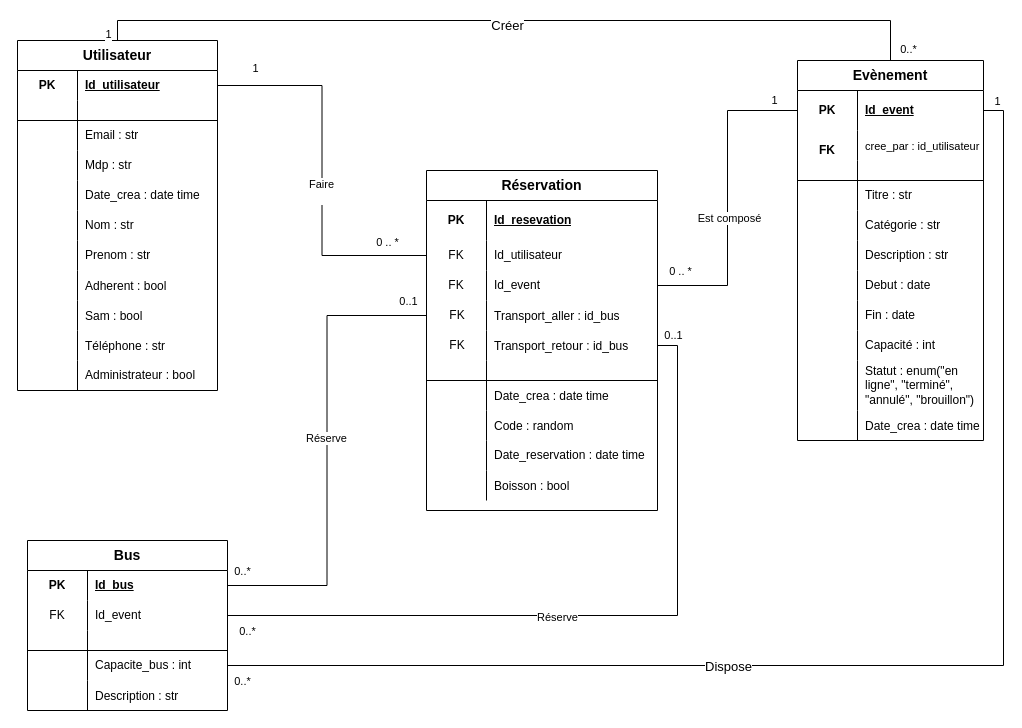
Before: doc/Diagramme Bdd.drawio in khalidjerrari/ENSAI-Projet-info-2A, a draw.io diagram. Source tidied: cells renumbered, new cells numbered last; positions are measured from the earlier drawing's top-left corner, leaving out a move shared by most shapes. Both pictures are drawn from the tidied source at 100%, with x=0, y=0 at pixel (17, 40).
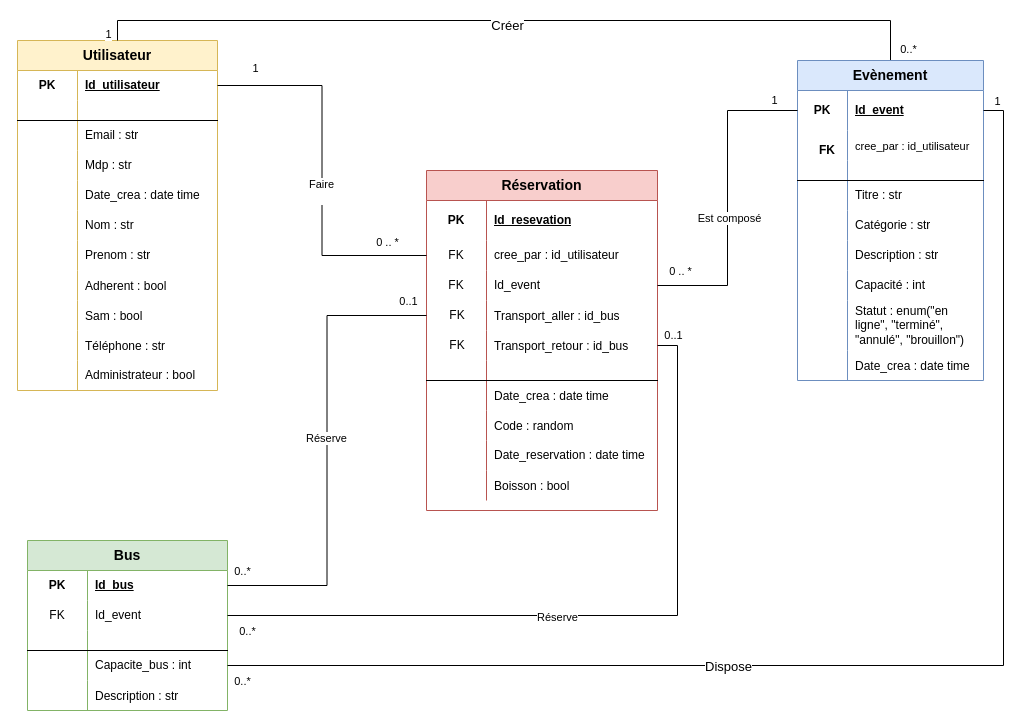
The same page after the edit.

Commit message:
Mettre à jour Diagramme Bdd.drawio

The change refers to these unchanged cells:
```xml
<mxCell id="41" style="shape=tableRow;horizontal=0;startSize=0;swimlaneHead=0;swimlaneBody=0;fillColor=none;points=[[0,0.5],[1,0.5]];portConstraint=eastwest;top=0;left=0;right=0;bottom=0;html=1;" parent="40" vertex="1">
  <mxGeometry y="30" width="186" height="40" as="geometry" />
</mxCell>
<mxCell id="44" style="shape=tableRow;horizontal=0;startSize=0;swimlaneHead=0;swimlaneBody=0;fillColor=none;top=0;left=0;right=0;bottom=0;" parent="40" vertex="1">
  <mxGeometry y="70" width="186" height="30" as="geometry" />
</mxCell>
<mxCell id="47" style="shape=tableRow;horizontal=0;startSize=0;swimlaneHead=0;swimlaneBody=0;fillColor=none;top=0;left=0;right=0;bottom=1;" parent="40" vertex="1">
  <mxGeometry y="100" width="186" height="20" as="geometry" />
</mxCell>
<mxCell id="50" style="shape=tableRow;horizontal=0;startSize=0;swimlaneHead=0;swimlaneBody=0;fillColor=none;top=0;left=0;right=0;bottom=0;html=1;" parent="40" vertex="1">
  <mxGeometry y="120" width="186" height="30" as="geometry" />
</mxCell>
<mxCell id="53" style="shape=tableRow;horizontal=0;startSize=0;swimlaneHead=0;swimlaneBody=0;fillColor=none;top=0;left=0;right=0;bottom=0;html=1;" parent="40" vertex="1">
  <mxGeometry y="150" width="186" height="30" as="geometry" />
</mxCell>
<mxCell id="56" style="shape=tableRow;horizontal=0;startSize=0;swimlaneHead=0;swimlaneBody=0;fillColor=none;top=0;left=0;right=0;bottom=0;html=1;" parent="40" vertex="1">
  <mxGeometry y="180" width="186" height="30" as="geometry" />
</mxCell>
<mxCell id="78" style="shape=tableRow;horizontal=0;startSize=0;swimlaneHead=0;swimlaneBody=0;fillColor=none;points=[[0,0.5],[1,0.5]];portConstraint=eastwest;top=0;left=0;right=0;bottom=0;" parent="74" vertex="1">
  <mxGeometry y="70" width="231" height="30" as="geometry" />
</mxCell>
```

Change to the diagram source:
```diff
@@
-    <mxCell id="2" value="&lt;font style=&quot;font-size: 14px;&quot;&gt;Utilisateur&lt;/font&gt;" style="shape=table;startSize=30;childLayout=tableLayout;rowLines=0;fontStyle=1;align=center;html=1;whiteSpace=wrap;" parent="1" vertex="1">
+    <mxCell id="2" value="&lt;font style=&quot;font-size: 14px;&quot;&gt;Utilisateur&lt;/font&gt;" style="shape=table;startSize=30;childLayout=tableLayout;rowLines=0;fontStyle=1;align=center;html=1;whiteSpace=wrap;fillColor=#fff2cc;strokeColor=#d6b656;" parent="1" vertex="1">
       <mxGeometry width="200" height="350" as="geometry" />
     </mxCell>
@@
-    <mxCell id="40" value="Evènement" style="shape=table;startSize=30;childLayout=tableLayout;rowLines=0;fontStyle=1;align=center;html=1;whiteSpace=wrap;fontSize=14;" parent="1" vertex="1">
-      <mxGeometry x="780" y="20" width="186" height="380" as="geometry" />
+    <mxCell id="40" value="Evènement" style="shape=table;startSize=30;childLayout=tableLayout;rowLines=0;fontStyle=1;align=center;html=1;whiteSpace=wrap;fontSize=14;fillColor=#dae8fc;strokeColor=#6c8ebf;" parent="1" vertex="1">
+      <mxGeometry x="780" y="20" width="186" height="320" as="geometry" />
     </mxCell>
@@
     <mxCell id="42" value="PK" style="shape=partialRectangle;fillColor=none;top=0;left=0;bottom=0;right=0;fontStyle=1;overflow=hidden;html=1;whiteSpace=wrap;" parent="41" vertex="1">
-      <mxGeometry width="60" height="40" as="geometry" />
+      <mxGeometry width="50" height="40" as="geometry" />
     </mxCell>
     <mxCell id="43" value="Id_event" style="shape=partialRectangle;fillColor=none;top=0;left=0;bottom=0;right=0;align=left;spacingLeft=6;fontStyle=5;overflow=hidden;html=1;whiteSpace=wrap;" parent="41" vertex="1">
-      <mxGeometry x="60" width="126" height="40" as="geometry" />
+      <mxGeometry x="50" width="136" height="40" as="geometry" />
     </mxCell>
@@
     <mxCell id="45" style="shape=partialRectangle;fillColor=none;top=0;left=0;bottom=0;right=0;overflow=hidden;" parent="44" vertex="1">
-      <mxGeometry width="60" height="30" as="geometry" />
+      <mxGeometry width="50" height="30" as="geometry" />
     </mxCell>
     <mxCell id="46" value="cree_par : id_utilisateur" style="shape=partialRectangle;fillColor=none;top=0;left=0;bottom=0;right=0;align=left;spacingLeft=6;overflow=hidden;fontSize=11;" parent="44" vertex="1">
-      <mxGeometry x="60" width="126" height="30" as="geometry" />
+      <mxGeometry x="50" width="136" height="30" as="geometry" />
     </mxCell>
@@
     <mxCell id="48" style="shape=partialRectangle;fillColor=none;top=0;left=0;bottom=0;right=0;fontStyle=1;overflow=hidden;whiteSpace=wrap;html=1;" parent="47" vertex="1">
-      <mxGeometry width="60" height="20" as="geometry" />
+      <mxGeometry width="50" height="20" as="geometry" />
     </mxCell>
     <mxCell id="49" style="shape=partialRectangle;fillColor=none;top=0;left=0;bottom=0;right=0;align=left;spacingLeft=6;fontStyle=5;overflow=hidden;whiteSpace=wrap;html=1;" parent="47" vertex="1">
-      <mxGeometry x="60" width="126" height="20" as="geometry" />
+      <mxGeometry x="50" width="136" height="20" as="geometry" />
     </mxCell>
@@
     <mxCell id="51" style="shape=partialRectangle;fillColor=none;top=0;left=0;bottom=0;right=0;overflow=hidden;html=1;whiteSpace=wrap;" parent="50" vertex="1">
-      <mxGeometry width="60" height="30" as="geometry" />
+      <mxGeometry width="50" height="30" as="geometry" />
     </mxCell>
     <mxCell id="52" value="Titre : str" style="shape=partialRectangle;fillColor=none;top=0;left=0;bottom=0;right=0;align=left;spacingLeft=6;overflow=hidden;html=1;whiteSpace=wrap;" parent="50" vertex="1">
-      <mxGeometry x="60" width="126" height="30" as="geometry" />
+      <mxGeometry x="50" width="136" height="30" as="geometry" />
     </mxCell>
@@
     <mxCell id="54" style="shape=partialRectangle;fillColor=none;top=0;left=0;bottom=0;right=0;overflow=hidden;html=1;whiteSpace=wrap;" parent="53" vertex="1">
-      <mxGeometry width="60" height="30" as="geometry" />
+      <mxGeometry width="50" height="30" as="geometry" />
     </mxCell>
     <mxCell id="55" value="Catégorie : str" style="shape=partialRectangle;fillColor=none;top=0;left=0;bottom=0;right=0;align=left;spacingLeft=6;overflow=hidden;html=1;whiteSpace=wrap;" parent="53" vertex="1">
-      <mxGeometry x="60" width="126" height="30" as="geometry" />
+      <mxGeometry x="50" width="136" height="30" as="geometry" />
     </mxCell>
@@
     <mxCell id="57" style="shape=partialRectangle;fillColor=none;top=0;left=0;bottom=0;right=0;overflow=hidden;html=1;whiteSpace=wrap;" parent="56" vertex="1">
-      <mxGeometry width="60" height="30" as="geometry" />
+      <mxGeometry width="50" height="30" as="geometry" />
     </mxCell>
     <mxCell id="58" value="Description : str" style="shape=partialRectangle;fillColor=none;top=0;left=0;bottom=0;right=0;align=left;spacingLeft=6;overflow=hidden;html=1;whiteSpace=wrap;" parent="56" vertex="1">
-      <mxGeometry x="60" width="126" height="30" as="geometry" />
+      <mxGeometry x="50" width="136" height="30" as="geometry" />
     </mxCell>
-    <mxCell id="59" style="shape=tableRow;horizontal=0;startSize=0;swimlaneHead=0;swimlaneBody=0;fillColor=none;top=0;left=0;right=0;bottom=0;html=1;" parent="40" vertex="1">
-      <mxGeometry y="210" width="186" height="30" as="geometry" />
-    </mxCell>
-    <mxCell id="60" style="shape=partialRectangle;fillColor=none;top=0;left=0;bottom=0;right=0;overflow=hidden;html=1;whiteSpace=wrap;" parent="59" vertex="1">
-      <mxGeometry width="60" height="30" as="geometry" />
-    </mxCell>
-    <mxCell id="61" value="Debut : date" style="shape=partialRectangle;fillColor=none;top=0;left=0;bottom=0;right=0;align=left;spacingLeft=6;overflow=hidden;html=1;whiteSpace=wrap;" parent="59" vertex="1">
-      <mxGeometry x="60" width="126" height="30" as="geometry" />
-    </mxCell>
-    <mxCell id="62" style="shape=tableRow;horizontal=0;startSize=0;swimlaneHead=0;swimlaneBody=0;fillColor=none;top=0;left=0;right=0;bottom=0;html=1;" parent="40" vertex="1">
-      <mxGeometry y="240" width="186" height="30" as="geometry" />
-    </mxCell>
-    <mxCell id="63" style="shape=partialRectangle;fillColor=none;top=0;left=0;bottom=0;right=0;overflow=hidden;html=1;whiteSpace=wrap;" parent="62" vertex="1">
-      <mxGeometry width="60" height="30" as="geometry" />
-    </mxCell>
-    <mxCell id="64" value="Fin : date" style="shape=partialRectangle;fillColor=none;top=0;left=0;bottom=0;right=0;align=left;spacingLeft=6;overflow=hidden;html=1;whiteSpace=wrap;" parent="62" vertex="1">
-      <mxGeometry x="60" width="126" height="30" as="geometry" />
-    </mxCell>
     <mxCell id="65" style="shape=tableRow;horizontal=0;startSize=0;swimlaneHead=0;swimlaneBody=0;fillColor=none;top=0;left=0;right=0;bottom=0;html=1;" parent="40" vertex="1">
-      <mxGeometry y="270" width="186" height="30" as="geometry" />
+      <mxGeometry y="210" width="186" height="30" as="geometry" />
     </mxCell>
     <mxCell id="66" style="shape=partialRectangle;fillColor=none;top=0;left=0;bottom=0;right=0;overflow=hidden;html=1;whiteSpace=wrap;" parent="65" vertex="1">
-      <mxGeometry width="60" height="30" as="geometry" />
+      <mxGeometry width="50" height="30" as="geometry" />
     </mxCell>
     <mxCell id="67" value="Capacité : int" style="shape=partialRectangle;fillColor=none;top=0;left=0;bottom=0;right=0;align=left;spacingLeft=6;overflow=hidden;html=1;whiteSpace=wrap;" parent="65" vertex="1">
-      <mxGeometry x="60" width="126" height="30" as="geometry" />
+      <mxGeometry x="50" width="136" height="30" as="geometry" />
     </mxCell>
     <mxCell id="68" style="shape=tableRow;horizontal=0;startSize=0;swimlaneHead=0;swimlaneBody=0;fillColor=none;top=0;left=0;right=0;bottom=0;html=1;" parent="40" vertex="1">
-      <mxGeometry y="300" width="186" height="50" as="geometry" />
+      <mxGeometry y="240" width="186" height="50" as="geometry" />
     </mxCell>
     <mxCell id="69" style="shape=partialRectangle;fillColor=none;top=0;left=0;bottom=0;right=0;overflow=hidden;html=1;whiteSpace=wrap;" parent="68" vertex="1">
-      <mxGeometry width="60" height="50" as="geometry" />
+      <mxGeometry width="50" height="50" as="geometry" />
     </mxCell>
     <mxCell id="70" value="Statut : enum(&quot;en ligne&quot;, &quot;terminé&quot;, &quot;annulé&quot;, &quot;brouillon&quot;)&amp;nbsp;&amp;nbsp;" style="shape=partialRectangle;fillColor=none;top=0;left=0;bottom=0;right=0;align=left;spacingLeft=6;overflow=hidden;html=1;whiteSpace=wrap;" parent="68" vertex="1">
-      <mxGeometry x="60" width="126" height="50" as="geometry" />
+      <mxGeometry x="50" width="136" height="50" as="geometry" />
     </mxCell>
     <mxCell id="71" style="shape=tableRow;horizontal=0;startSize=0;swimlaneHead=0;swimlaneBody=0;fillColor=none;top=0;left=0;right=0;bottom=0;" parent="40" vertex="1">
-      <mxGeometry y="350" width="186" height="30" as="geometry" />
+      <mxGeometry y="290" width="186" height="30" as="geometry" />
     </mxCell>
     <mxCell id="72" style="shape=partialRectangle;fillColor=none;top=0;left=0;bottom=0;right=0;overflow=hidden;" parent="71" vertex="1">
-      <mxGeometry width="60" height="30" as="geometry" />
+      <mxGeometry width="50" height="30" as="geometry" />
     </mxCell>
     <mxCell id="73" value="Date_crea : date time" style="shape=partialRectangle;fillColor=none;top=0;left=0;bottom=0;right=0;align=left;spacingLeft=6;overflow=hidden;" parent="71" vertex="1">
-      <mxGeometry x="60" width="126" height="30" as="geometry" />
+      <mxGeometry x="50" width="136" height="30" as="geometry" />
     </mxCell>
-    <mxCell id="74" value="Réservation" style="shape=table;startSize=30;childLayout=tableLayout;rowLines=0;fontStyle=1;align=center;html=1;whiteSpace=wrap;fontSize=14;" parent="1" vertex="1">
+    <mxCell id="74" value="Réservation" style="shape=table;startSize=30;childLayout=tableLayout;rowLines=0;fontStyle=1;align=center;html=1;whiteSpace=wrap;fontSize=14;fillColor=#f8cecc;strokeColor=#b85450;" parent="1" vertex="1">
       <mxGeometry x="409" y="130" width="231" height="340" as="geometry" />
     </mxCell>
@@
-    <mxCell id="80" value="Id_utilisateur" style="shape=partialRectangle;fillColor=none;top=0;left=0;bottom=0;right=0;align=left;spacingLeft=6;fontStyle=0;overflow=hidden;whiteSpace=wrap;html=1;" parent="78" vertex="1">
+    <mxCell id="80" value="cree_par : id_utilisateur" style="shape=partialRectangle;fillColor=none;top=0;left=0;bottom=0;right=0;align=left;spacingLeft=6;fontStyle=0;overflow=hidden;whiteSpace=wrap;html=1;" parent="78" vertex="1">
       <mxGeometry x="60" width="171" height="30" as="geometry" />
     </mxCell>
@@
-    <mxCell id="105" value="Bus" style="shape=table;startSize=30;childLayout=tableLayout;rowLines=0;fontStyle=1;align=center;html=1;whiteSpace=wrap;fontSize=14;" parent="1" vertex="1">
+    <mxCell id="105" value="Bus" style="shape=table;startSize=30;childLayout=tableLayout;rowLines=0;fontStyle=1;align=center;html=1;whiteSpace=wrap;fontSize=14;fillColor=#d5e8d4;strokeColor=#82b366;" parent="1" vertex="1">
       <mxGeometry x="10" y="500" width="200" height="170" as="geometry" />
     </mxCell>
```
